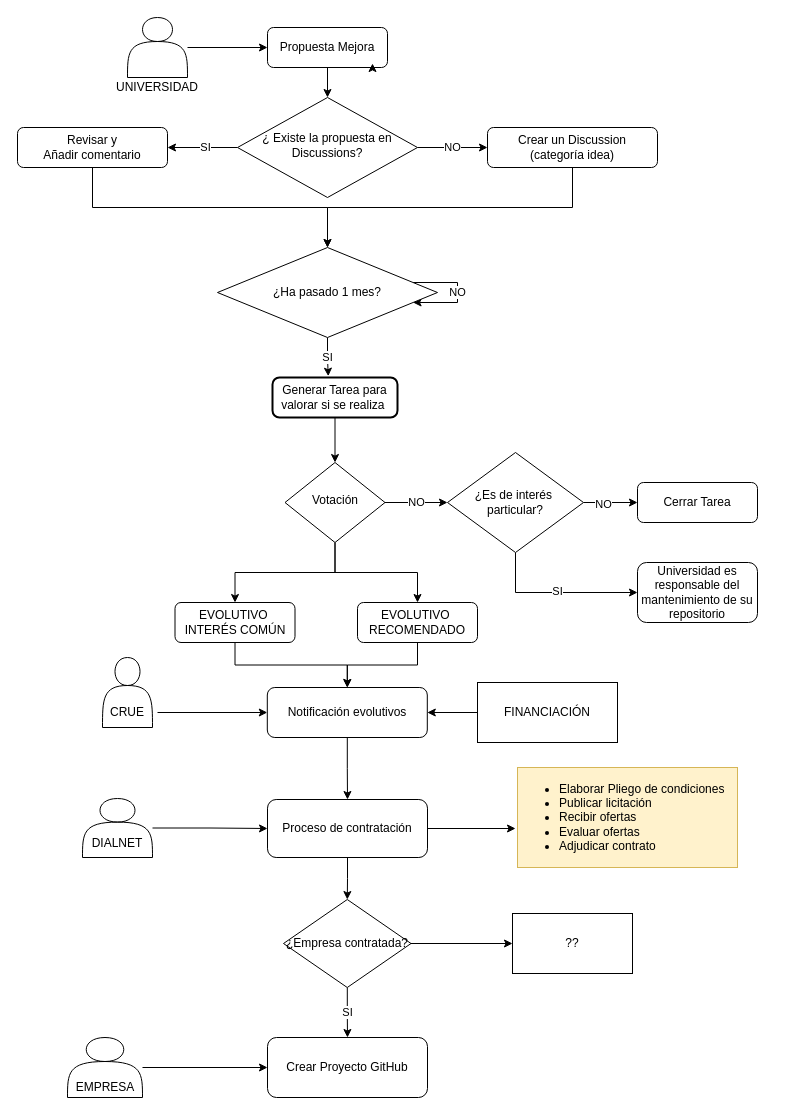
Before: docs/usuario/SugerenciaMejora.drawio in dialrepo/Hercules_SGI, a draw.io diagram. Source tidied: cells renumbered, new cells numbered last; positions are measured from the earlier drawing's top-left corner, leaving out a move shared by most shapes. Both pictures are drawn from the tidied source at 100%, with x=0, y=0 at pixel (17, 17).
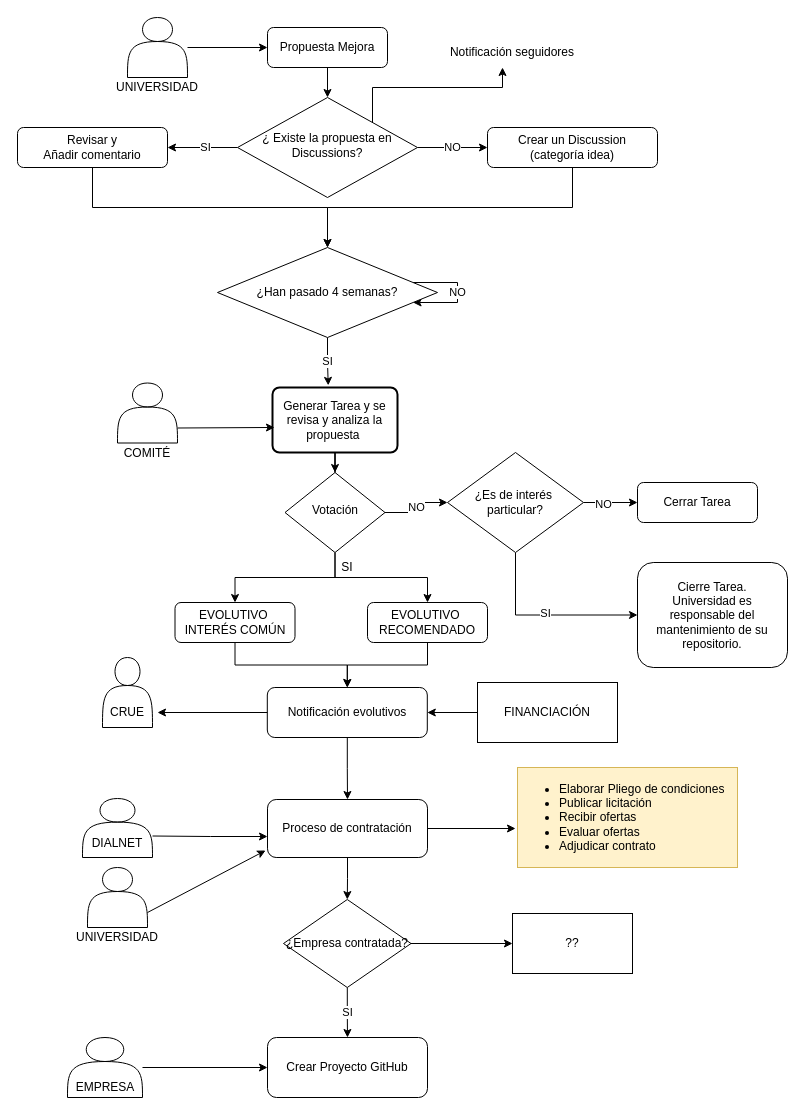
After the change.

The change refers to these unchanged cells:
```xml
<mxCell id="3" value="Propuesta Mejora" style="rounded=1;whiteSpace=wrap;html=1;fontSize=12;glass=0;strokeWidth=1;shadow=0;" parent="1" vertex="1">
  <mxGeometry x="250" y="10" width="120" height="40" as="geometry" />
</mxCell>
<mxCell id="7" value="¿ Existe la propuesta en&lt;div&gt;Discussions?&lt;/div&gt;" style="rhombus;whiteSpace=wrap;html=1;shadow=0;fontFamily=Helvetica;fontSize=12;align=center;strokeWidth=1;spacing=6;spacingTop=-4;" parent="1" vertex="1">
  <mxGeometry x="220" y="80" width="180" height="100" as="geometry" />
</mxCell>
<mxCell id="34" value="Proceso de contratación" style="rounded=1;whiteSpace=wrap;html=1;" parent="1" vertex="1">
  <mxGeometry x="250" y="782" width="160" height="58" as="geometry" />
</mxCell>
<mxCell id="44" value="Notificación evolutivos" style="rounded=1;whiteSpace=wrap;html=1;" parent="1" vertex="1">
  <mxGeometry x="249.8" y="670" width="160" height="50" as="geometry" />
</mxCell>
<mxCell id="47" value="CRUE" style="text;html=1;align=center;verticalAlign=middle;whiteSpace=wrap;rounded=0;" parent="45" vertex="1">
  <mxGeometry x="-5" y="40" width="60" height="30" as="geometry" />
</mxCell>
<mxCell id="53" style="shape=actor;whiteSpace=wrap;html=1;" parent="52" vertex="1">
  <mxGeometry x="10" width="70" height="59" as="geometry" />
</mxCell>
```

Change to the diagram source:
```diff
@@
+    <mxCell id="63" style="edgeStyle=orthogonalEdgeStyle;rounded=0;jettySize=auto;html=1;exitX=1;exitY=0;exitDx=0;exitDy=0;" parent="1" edge="1" source="7">
+      <mxGeometry relative="1" as="geometry">
+        <mxPoint x="485" y="50" as="targetPoint" />
+        <Array as="points">
+          <mxPoint x="355" y="70" />
+        </Array>
+      </mxGeometry>
+    </mxCell>
@@
     <mxCell id="13" value="Votación" style="rhombus;whiteSpace=wrap;html=1;shadow=0;fontFamily=Helvetica;fontSize=12;align=center;strokeWidth=1;spacing=6;spacingTop=-4;" parent="1" vertex="1">
-      <mxGeometry x="267.5" y="445" width="100" height="80" as="geometry" />
+      <mxGeometry x="267.5" y="455" width="100" height="80" as="geometry" />
     </mxCell>
@@
-    <mxCell id="22" value="¿Ha pasado 1 mes?" style="rhombus;whiteSpace=wrap;html=1;" parent="1" vertex="1">
+    <mxCell id="22" value="¿Han pasado 4 semanas?" style="rhombus;whiteSpace=wrap;html=1;" parent="1" vertex="1">
       <mxGeometry x="200" y="230" width="220" height="90" as="geometry" />
     </mxCell>
@@
-    <mxCell id="24" value="Generar Tarea para valorar si se realiza&amp;nbsp;" style="rounded=1;whiteSpace=wrap;html=1;absoluteArcSize=1;arcSize=14;strokeWidth=2;" parent="1" vertex="1">
-      <mxGeometry x="255" y="360" width="125" height="40" as="geometry" />
+    <mxCell id="24" value="Generar Tarea y se revisa y analiza la propuesta&amp;nbsp;" style="rounded=1;whiteSpace=wrap;html=1;absoluteArcSize=1;arcSize=14;strokeWidth=2;" parent="1" vertex="1">
+      <mxGeometry x="255" y="370" width="125" height="65" as="geometry" />
     </mxCell>
@@
     <mxCell id="26" value="EVOLUTIVO&amp;nbsp;&lt;div&gt;RECOMENDADO&lt;/div&gt;" style="rounded=1;whiteSpace=wrap;html=1;fontSize=12;glass=0;strokeWidth=1;shadow=0;" parent="1" vertex="1">
-      <mxGeometry x="340" y="585" width="120" height="40" as="geometry" />
+      <mxGeometry x="350" y="585" width="120" height="40" as="geometry" />
     </mxCell>
@@
-    <mxCell id="32" value="Universidad es&lt;div&gt;responsable del mantenimiento de su repositorio&lt;/div&gt;" style="rounded=1;whiteSpace=wrap;html=1;fontSize=12;glass=0;strokeWidth=1;shadow=0;" parent="1" vertex="1">
-      <mxGeometry x="620" y="545" width="120" height="60" as="geometry" />
+    <mxCell id="32" value="&lt;div&gt;Cierre Tarea.&lt;/div&gt;Universidad es&lt;div&gt;responsable del mantenimiento de su repositorio.&lt;/div&gt;" style="rounded=1;whiteSpace=wrap;html=1;fontSize=12;glass=0;strokeWidth=1;shadow=0;" parent="1" vertex="1">
+      <mxGeometry x="620" y="545" width="150" height="105" as="geometry" />
     </mxCell>
@@
-    <mxCell id="36" style="edgeStyle=orthogonalEdgeStyle;rounded=0;jettySize=auto;html=1;" parent="1" edge="1" source="53" target="34">
-      <mxGeometry relative="1" as="geometry" />
+    <mxCell id="36" style="edgeStyle=orthogonalEdgeStyle;rounded=0;orthogonalLoop=1;jettySize=auto;html=1;" parent="1" edge="1">
+      <mxGeometry relative="1" as="geometry">
+        <mxPoint x="135" y="818.5" as="sourcePoint" />
+        <mxPoint x="250" y="819" as="targetPoint" />
+      </mxGeometry>
     </mxCell>
@@
-    <mxCell id="48" style="edgeStyle=orthogonalEdgeStyle;rounded=0;orthogonalLoop=1;jettySize=auto;html=1;exitX=0.75;exitY=1;exitDx=0;exitDy=0;entryX=0.875;entryY=0.9;entryDx=0;entryDy=0;entryPerimeter=0;" parent="1" edge="1" source="3" target="3">
-      <mxGeometry relative="1" as="geometry" />
-    </mxCell>
@@
-    <mxCell id="50" style="edgeStyle=orthogonalEdgeStyle;rounded=0;jettySize=auto;html=1;entryX=0;entryY=0.5;entryDx=0;entryDy=0;" parent="1" edge="1" source="47" target="44">
-      <mxGeometry relative="1" as="geometry" />
-    </mxCell>
@@
+    <mxCell id="64" value="Notificación seguidores" style="text;html=1;align=center;verticalAlign=middle;whiteSpace=wrap;rounded=0;" parent="1" vertex="1">
+      <mxGeometry x="430" y="20" width="130" height="30" as="geometry" />
+    </mxCell>
+    <mxCell id="65" style="group;" parent="1" vertex="1">
+      <mxGeometry x="80" y="362.5" width="100" height="80" as="geometry" />
+    </mxCell>
+    <mxCell id="66" style="shape=actor;whiteSpace=wrap;html=1;" parent="65" vertex="1">
+      <mxGeometry x="20" y="3" width="60" height="60" as="geometry" />
+    </mxCell>
+    <mxCell id="67" value="COMITÉ" style="text;html=1;strokeColor=none;fillColor=none;align=center;verticalAlign=middle;whiteSpace=wrap;overflow=hidden;" parent="65" vertex="1">
+      <mxGeometry y="63" width="100" height="20" as="geometry" />
+    </mxCell>
+    <mxCell id="68" style="endArrow=classic;html=1;rounded=0;exitX=1;exitY=0.75;exitDx=0;exitDy=0;entryX=0.016;entryY=0.615;entryDx=0;entryDy=0;entryPerimeter=0;" parent="1" edge="1" source="66" target="24">
+      <mxGeometry relative="1" as="geometry" />
+    </mxCell>
+    <mxCell id="69" style="endArrow=classic;html=1;rounded=0;entryX=1;entryY=0.5;entryDx=0;entryDy=0;" parent="1" edge="1" source="44" target="47">
+      <mxGeometry relative="1" as="geometry" />
+    </mxCell>
+    <mxCell id="70" style="group;" parent="1" vertex="1">
+      <mxGeometry x="50" y="850" width="100" height="80" as="geometry" />
+    </mxCell>
+    <mxCell id="71" style="shape=actor;whiteSpace=wrap;html=1;" parent="70" vertex="1">
+      <mxGeometry x="20" width="60" height="60" as="geometry" />
+    </mxCell>
+    <mxCell id="72" value="UNIVERSIDAD" style="text;html=1;strokeColor=none;fillColor=none;align=center;verticalAlign=middle;whiteSpace=wrap;overflow=hidden;" parent="70" vertex="1">
+      <mxGeometry y="60" width="100" height="20" as="geometry" />
+    </mxCell>
+    <mxCell id="73" style="endArrow=classic;html=1;rounded=0;exitX=1;exitY=0.75;exitDx=0;exitDy=0;entryX=-0.012;entryY=0.879;entryDx=0;entryDy=0;entryPerimeter=0;" parent="1" edge="1" source="71" target="34">
+      <mxGeometry relative="1" as="geometry" />
+    </mxCell>
+    <mxCell id="74" value="SI" style="text;html=1;align=center;verticalAlign=middle;whiteSpace=wrap;rounded=0;" parent="1" vertex="1">
+      <mxGeometry x="300" y="535" width="60" height="30" as="geometry" />
+    </mxCell>
```
